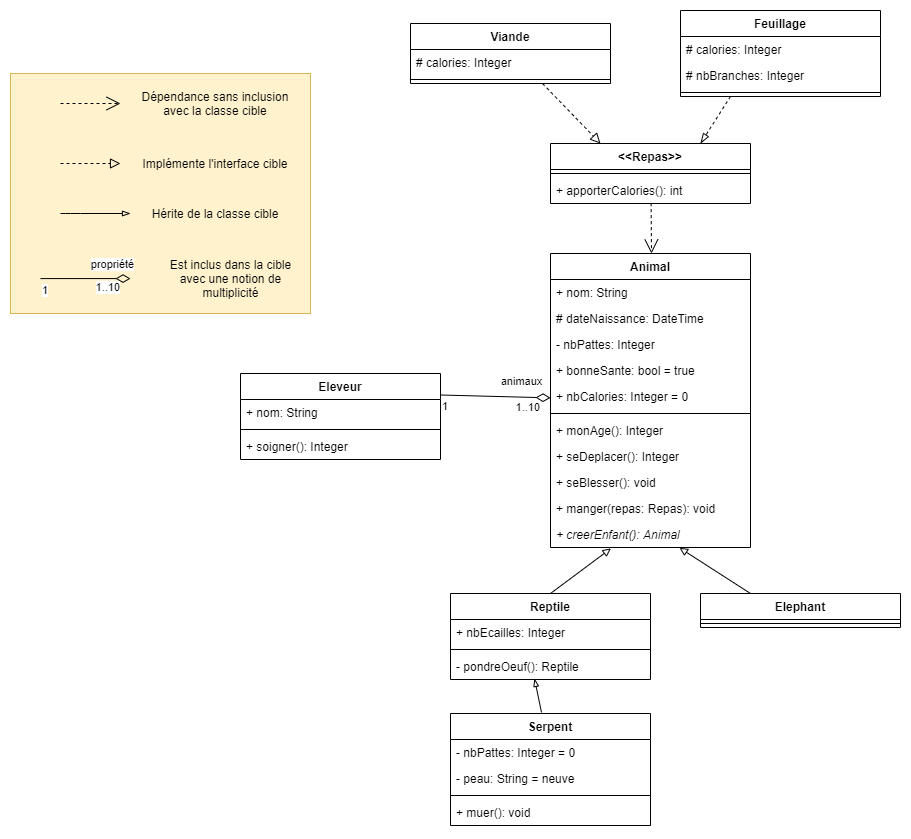
Above: docs/diag.png in Noe-bot/zoo (draw.io), before the change. Source tidied: cells renumbered, new cells last; positions are measured from the earlier drawing's top-left corner, leaving out a move shared by most shapes.
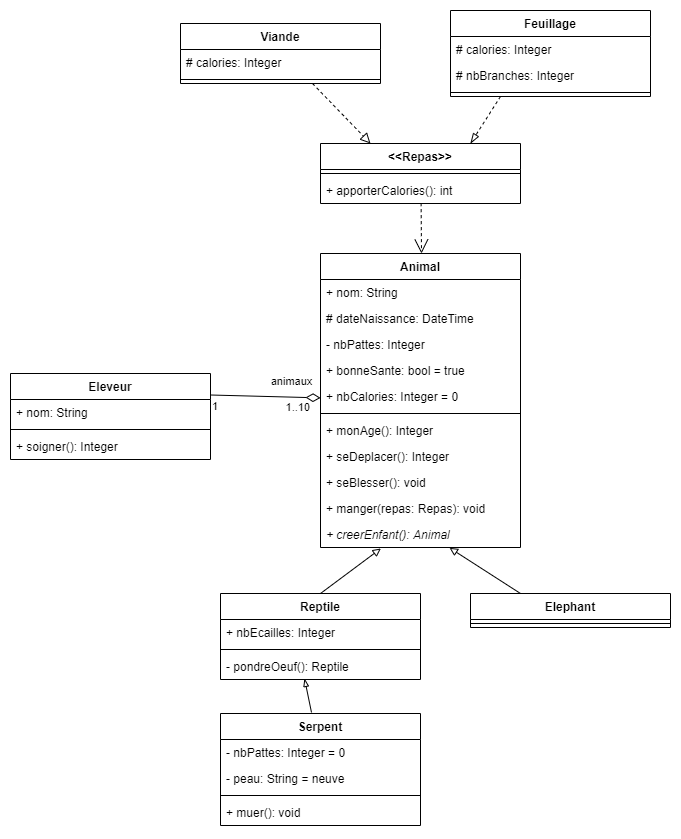
After the commit.

Commit message:
Correction de l'énoncé et du diag en conséquence.

What changed in the source:
```diff
@@ -2,9 +2,6 @@
   <root>
     <mxCell id="0" />
     <mxCell id="1" parent="0" />
-    <mxCell id="2" style="rounded=0;whiteSpace=wrap;html=1;fillColor=#fff2cc;strokeColor=#d6b656;" parent="1" vertex="1">
-      <mxGeometry y="63" width="300" height="240" as="geometry" />
-    </mxCell>
     <mxCell id="3" value="Animal" style="swimlane;fontStyle=1;align=center;verticalAlign=top;horizontal=1;startSize=26;" parent="1" vertex="1">
       <mxGeometry x="540" y="243" width="200" height="294" as="geometry" />
     </mxCell>
@@ -154,59 +151,5 @@
     <mxCell id="49" style="html=1;verticalAlign=bottom;endArrow=blockThin;dashed=1;endSize=8;entryX=0.75;entryY=0;entryDx=0;entryDy=0;exitX=0.25;exitY=1;exitDx=0;exitDy=0;endFill=0;" parent="1" edge="1" source="44" target="41">
       <mxGeometry relative="1" as="geometry" />
     </mxCell>
-    <mxCell id="50" style="endArrow=open;html=1;endSize=12;startArrow=none;startSize=14;startFill=0;dashed=1;" parent="1" edge="1">
-      <mxGeometry relative="1" as="geometry">
-        <mxPoint x="50" y="93" as="sourcePoint" />
-        <mxPoint x="110" y="93" as="targetPoint" />
-      </mxGeometry>
-    </mxCell>
-    <mxCell id="51" style="html=1;verticalAlign=bottom;endArrow=block;dashed=1;endSize=8;endFill=0;" parent="1" edge="1">
-      <mxGeometry relative="1" as="geometry">
-        <mxPoint x="50" y="153" as="sourcePoint" />
-        <mxPoint x="110" y="153" as="targetPoint" />
-      </mxGeometry>
-    </mxCell>
-    <mxCell id="52" value="Dépendance sans inclusion avec la classe cible" style="text;html=1;strokeColor=none;fillColor=none;align=center;verticalAlign=middle;whiteSpace=wrap;rounded=0;" parent="1" vertex="1">
-      <mxGeometry x="120" y="83" width="170" height="20" as="geometry" />
-    </mxCell>
-    <mxCell id="53" value="Implémente l'interface cible" style="text;html=1;strokeColor=none;fillColor=none;align=center;verticalAlign=middle;whiteSpace=wrap;rounded=0;" parent="1" vertex="1">
-      <mxGeometry x="130" y="143" width="150" height="20" as="geometry" />
-    </mxCell>
-    <mxCell id="54" value="Hérite de la classe cible" style="text;html=1;strokeColor=none;fillColor=none;align=center;verticalAlign=middle;whiteSpace=wrap;rounded=0;" parent="1" vertex="1">
-      <mxGeometry x="130" y="193" width="150" height="20" as="geometry" />
-    </mxCell>
-    <mxCell id="55" style="endArrow=blockThin;html=1;endFill=0;" parent="1" edge="1">
-      <mxGeometry relative="1" as="geometry">
-        <mxPoint x="50" y="203" as="sourcePoint" />
-        <mxPoint x="120" y="203" as="targetPoint" />
-        <Array as="points">
-          <mxPoint x="60" y="203" />
-        </Array>
-      </mxGeometry>
-    </mxCell>
-    <mxCell id="56" style="endArrow=diamondThin;html=1;endSize=12;startArrow=none;startSize=14;startFill=0;endFill=0;" parent="1" edge="1">
-      <mxGeometry relative="1" as="geometry">
-        <mxPoint x="30" y="268.1" as="sourcePoint" />
-        <mxPoint x="120" y="268.1" as="targetPoint" />
-      </mxGeometry>
-    </mxCell>
-    <mxCell id="57" value="1" style="edgeLabel;html=1;align=left;verticalAlign=top;" parent="56" vertex="1">
-      <mxGeometry x="-1" relative="1" as="geometry">
-        <mxPoint y="-1.5" as="offset" />
-      </mxGeometry>
-    </mxCell>
-    <mxCell id="58" value="1..10" style="edgeLabel;html=1;align=right;verticalAlign=top;" parent="56" vertex="1">
-      <mxGeometry x="1" relative="1" as="geometry">
-        <mxPoint x="-10" y="-3.8" as="offset" />
-      </mxGeometry>
-    </mxCell>
-    <mxCell id="59" value="propriété" style="edgeLabel;html=1;align=center;verticalAlign=middle;" parent="56" vertex="1">
-      <mxGeometry x="-0.12" relative="1" as="geometry">
-        <mxPoint x="31.5" y="-15.1" as="offset" />
-      </mxGeometry>
-    </mxCell>
-    <mxCell id="60" value="Est inclus dans la cible&lt;br&gt;avec une notion de&lt;br&gt;multiplicité" style="text;html=1;align=center;verticalAlign=middle;" parent="1" vertex="1">
-      <mxGeometry x="150" y="243" width="140" height="50" as="geometry" />
-    </mxCell>
   </root>
 </mxGraphModel>
```
